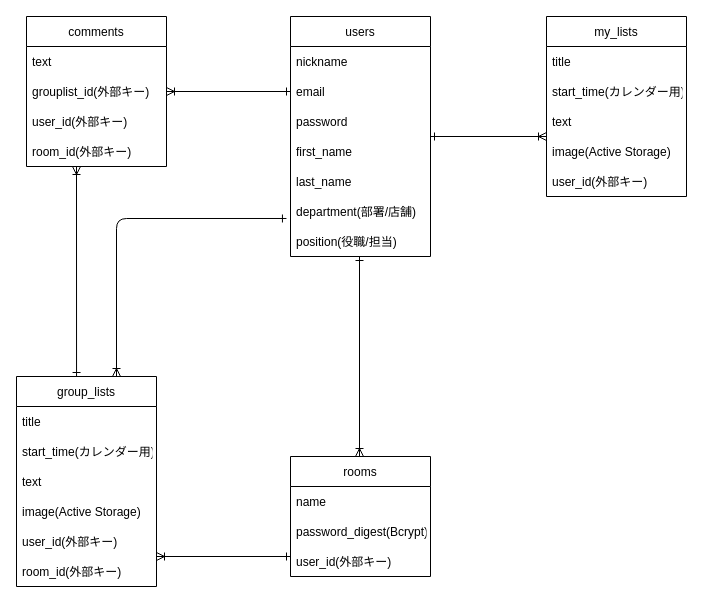
The draw.io diagram page "ページ1" (1 of 2) of ER .dio in sskryu322/first-todo, before the edit. Source tidied: cells renumbered, new cells numbered last; positions are measured from the earlier drawing's top-left corner, leaving out a move shared by most shapes. Both pictures are drawn from the tidied source at 100%, with x=0, y=0 at pixel (16, 16).
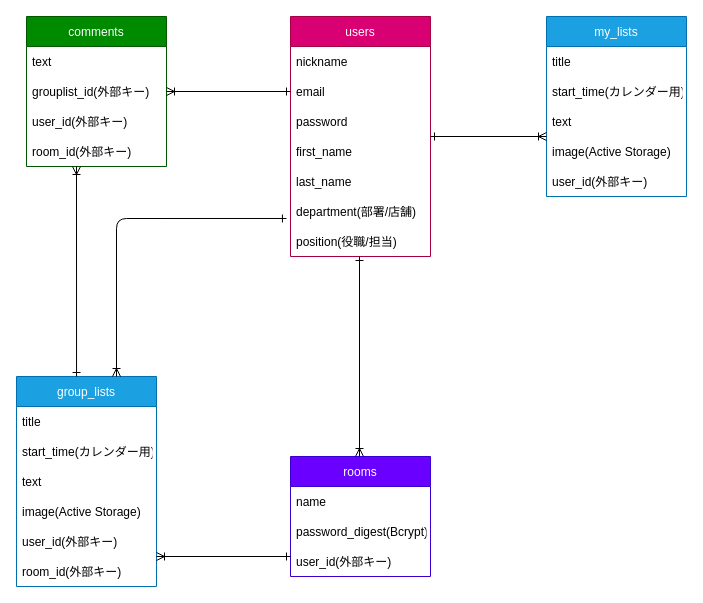
Above is the later version.

Change to the diagram source:
```diff
@@
-    <mxCell id="2" value="users" style="swimlane;fontStyle=0;horizontal=1;startSize=30;" parent="1" vertex="1">
+    <mxCell id="2" value="users" style="swimlane;fontStyle=0;horizontal=1;startSize=30;fillColor=#d80073;fontColor=#ffffff;strokeColor=#A50040;" parent="1" vertex="1">
       <mxGeometry x="274" width="140" height="240" as="geometry" />
     </mxCell>
@@
-    <mxCell id="10" value="my_lists" style="swimlane;fontStyle=0;horizontal=1;startSize=30;" parent="1" vertex="1">
+    <mxCell id="10" value="my_lists" style="swimlane;fontStyle=0;horizontal=1;startSize=30;fillColor=#1ba1e2;fontColor=#ffffff;strokeColor=#006EAF;" parent="1" vertex="1">
       <mxGeometry x="530" width="140" height="180" as="geometry" />
     </mxCell>
@@
-    <mxCell id="16" value="rooms" style="swimlane;fontStyle=0;horizontal=1;startSize=30;" parent="1" vertex="1">
+    <mxCell id="16" value="rooms" style="swimlane;fontStyle=0;horizontal=1;startSize=30;fillColor=#6a00ff;fontColor=#ffffff;strokeColor=#3700CC;" parent="1" vertex="1">
       <mxGeometry x="274" y="440" width="140" height="120" as="geometry" />
     </mxCell>
@@
-    <mxCell id="20" value="group_lists" style="swimlane;fontStyle=0;horizontal=1;startSize=30;" parent="1" vertex="1">
+    <mxCell id="20" value="group_lists" style="swimlane;fontStyle=0;horizontal=1;startSize=30;fillColor=#1ba1e2;fontColor=#ffffff;strokeColor=#006EAF;" parent="1" vertex="1">
       <mxGeometry y="360" width="140" height="210" as="geometry" />
     </mxCell>
@@
-    <mxCell id="27" value="comments" style="swimlane;fontStyle=0;horizontal=1;startSize=30;" parent="1" vertex="1">
+    <mxCell id="27" value="comments" style="swimlane;fontStyle=0;horizontal=1;startSize=30;fillColor=#008a00;fontColor=#ffffff;strokeColor=#005700;" parent="1" vertex="1">
       <mxGeometry x="10" width="140" height="150" as="geometry" />
     </mxCell>
```
